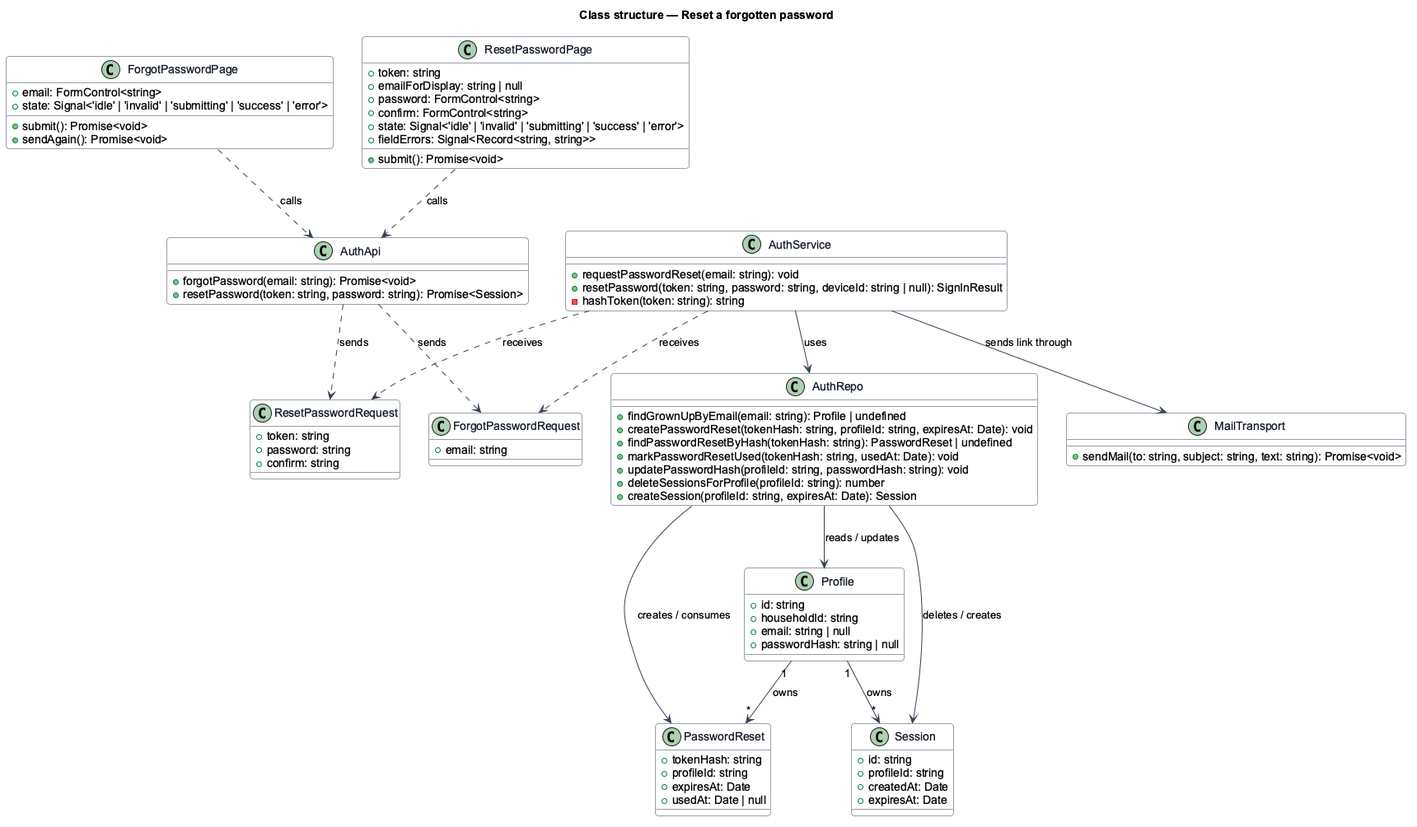
This is docs/detailed-designs/sign-in/reset-password/diagrams/class-structure.png from QuinntyneBrown/shelfie, a PlantUML export, as it was before one commit. Its diagram source:
```plantuml
@startuml
skinparam backgroundColor #FFFFFF
skinparam shadowing false
skinparam roundcorner 8
skinparam defaultFontName Arial
skinparam ArrowColor #344054
skinparam class {
  BorderColor #344054
  FontColor #101828
  BackgroundColor #F9FAFB
}
title Class structure — Reset a forgotten password

class ForgotPasswordPage {
  +email: FormControl<string>
  +state: Signal<'idle' | 'invalid' | 'submitting' | 'success' | 'error'>
  +submit(): Promise<void>
  +sendAgain(): Promise<void>
}

class ResetPasswordPage {
  +token: string
  +emailForDisplay: string | null
  +password: FormControl<string>
  +confirm: FormControl<string>
  +state: Signal<'idle' | 'invalid' | 'submitting' | 'success' | 'error'>
  +fieldErrors: Signal<Record<string, string>>
  +submit(): Promise<void>
}

class AuthApi {
  +forgotPassword(email: string): Promise<void>
  +resetPassword(token: string, password: string): Promise<Session>
}

class ForgotPasswordRequest {
  +email: string
}

class ResetPasswordRequest {
  +token: string
  +password: string
  +confirm: string
}

class PasswordReset {
  +tokenHash: string
  +profileId: string
  +expiresAt: Date
  +usedAt: Date | null
}

class Profile {
  +id: string
  +householdId: string
  +email: string | null
  +passwordHash: string | null
}

class Session {
  +id: string
  +profileId: string
  +createdAt: Date
  +expiresAt: Date
}

class AuthService {
  +requestPasswordReset(email: string): void
  +resetPassword(token: string, password: string, deviceId: string | null): SignInResult
  -hashToken(token: string): string
}

class MailTransport {
  +sendMail(to: string, subject: string, text: string): Promise<void>
}

class AuthRepo {
  +findGrownUpByEmail(email: string): Profile | undefined
  +createPasswordReset(tokenHash: string, profileId: string, expiresAt: Date): void
  +findPasswordResetByHash(tokenHash: string): PasswordReset | undefined
  +markPasswordResetUsed(tokenHash: string, usedAt: Date): void
  +updatePasswordHash(profileId: string, passwordHash: string): void
  +deleteSessionsForProfile(profileId: string): number
  +createSession(profileId: string, expiresAt: Date): Session
}

ForgotPasswordPage ..> AuthApi : calls
ResetPasswordPage ..> AuthApi : calls
AuthApi ..> ForgotPasswordRequest : sends
AuthApi ..> ResetPasswordRequest : sends
AuthService ..> ForgotPasswordRequest : receives
AuthService ..> ResetPasswordRequest : receives
AuthService --> AuthRepo : uses
AuthService --> MailTransport : sends link through
AuthRepo --> PasswordReset : creates / consumes
AuthRepo --> Profile : reads / updates
AuthRepo --> Session : deletes / creates
Profile "1" --> "*" PasswordReset : owns
Profile "1" --> "*" Session : owns
@enduml
```
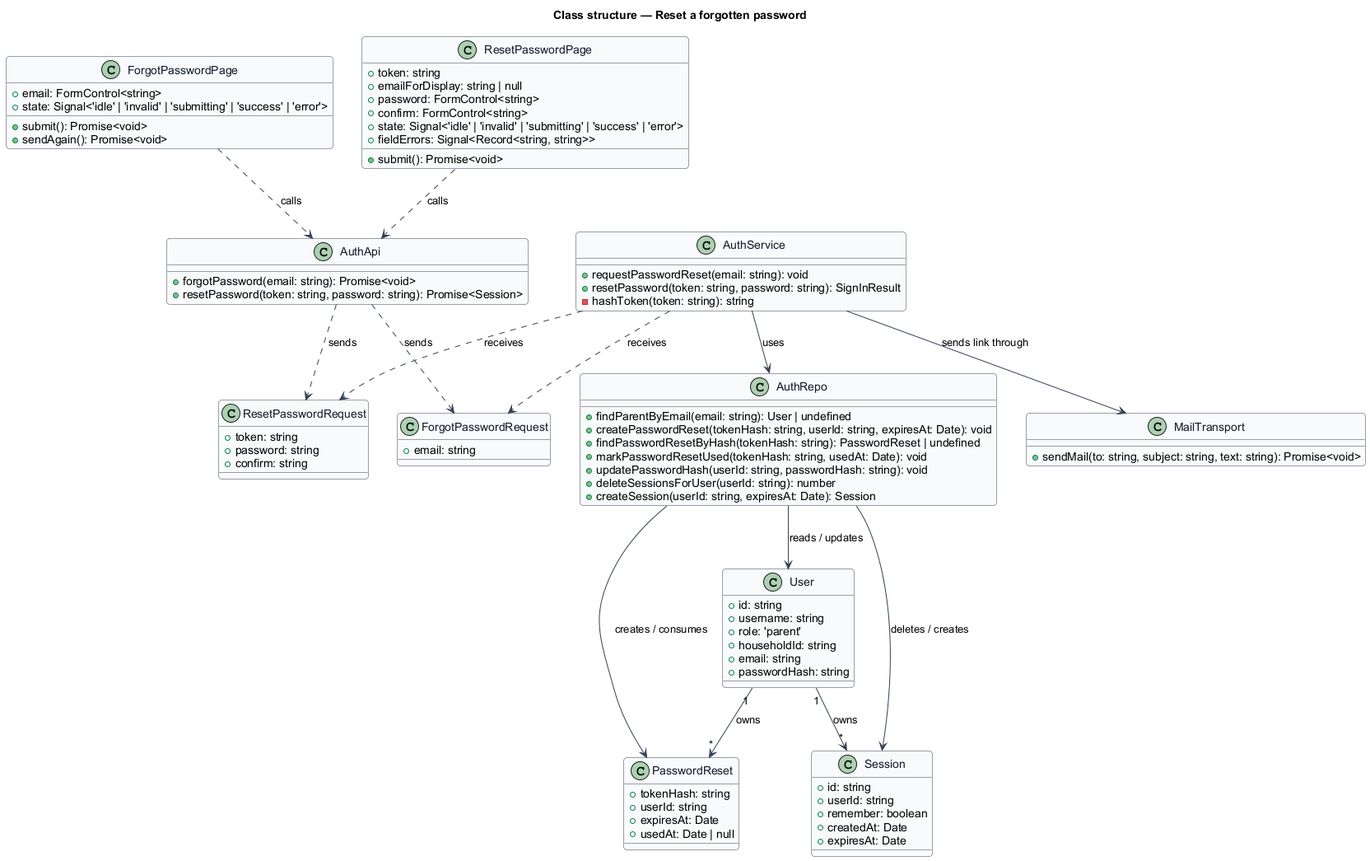
After the change.

The edit, as a diff of the source:
```diff
@@ -45,28 +45,31 @@
 
 class PasswordReset {
   +tokenHash: string
-  +profileId: string
+  +userId: string
   +expiresAt: Date
   +usedAt: Date | null
 }
 
-class Profile {
+class User {
   +id: string
+  +username: string
+  +role: 'parent'
   +householdId: string
-  +email: string | null
-  +passwordHash: string | null
+  +email: string
+  +passwordHash: string
 }
 
 class Session {
   +id: string
-  +profileId: string
+  +userId: string
+  +remember: boolean
   +createdAt: Date
   +expiresAt: Date
 }
 
 class AuthService {
   +requestPasswordReset(email: string): void
-  +resetPassword(token: string, password: string, deviceId: string | null): SignInResult
+  +resetPassword(token: string, password: string): SignInResult
   -hashToken(token: string): string
 }
 
@@ -75,13 +78,13 @@
 }
 
 class AuthRepo {
-  +findGrownUpByEmail(email: string): Profile | undefined
-  +createPasswordReset(tokenHash: string, profileId: string, expiresAt: Date): void
+  +findParentByEmail(email: string): User | undefined
+  +createPasswordReset(tokenHash: string, userId: string, expiresAt: Date): void
   +findPasswordResetByHash(tokenHash: string): PasswordReset | undefined
   +markPasswordResetUsed(tokenHash: string, usedAt: Date): void
-  +updatePasswordHash(profileId: string, passwordHash: string): void
-  +deleteSessionsForProfile(profileId: string): number
-  +createSession(profileId: string, expiresAt: Date): Session
+  +updatePasswordHash(userId: string, passwordHash: string): void
+  +deleteSessionsForUser(userId: string): number
+  +createSession(userId: string, expiresAt: Date): Session
 }
 
 ForgotPasswordPage ..> AuthApi : calls
@@ -93,8 +96,8 @@
 AuthService --> AuthRepo : uses
 AuthService --> MailTransport : sends link through
 AuthRepo --> PasswordReset : creates / consumes
-AuthRepo --> Profile : reads / updates
+AuthRepo --> User : reads / updates
 AuthRepo --> Session : deletes / creates
-Profile "1" --> "*" PasswordReset : owns
-Profile "1" --> "*" Session : owns
+User "1" --> "*" PasswordReset : owns
+User "1" --> "*" Session : owns
 @enduml
```
